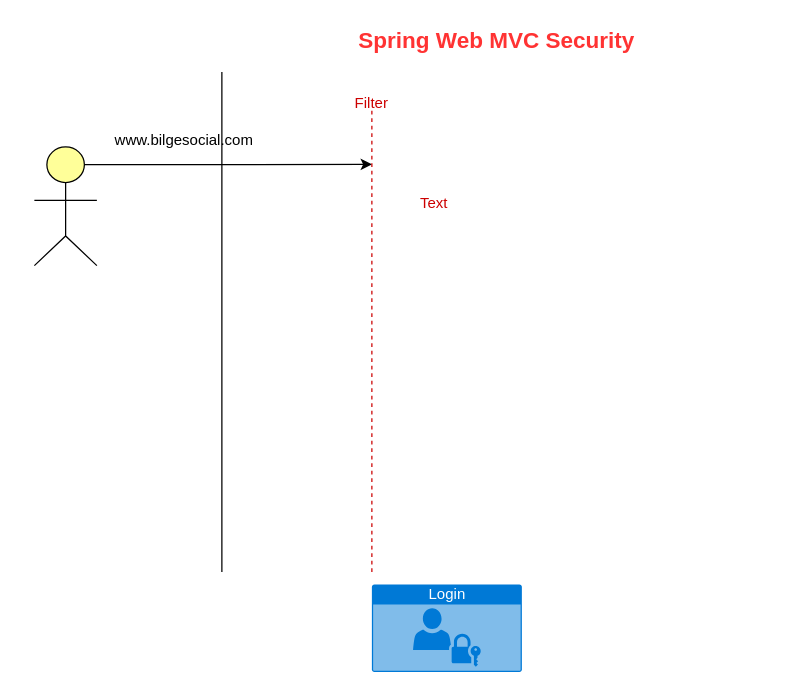
Before: SpringSecurityShema.drawio in muhammedali55/BilgeAdamSocialMedia, a draw.io diagram. Source tidied: cells renumbered, new cells numbered last; positions are measured from the earlier drawing's top-left corner, leaving out a move shared by most shapes. Both pictures are drawn from the tidied source at 125%, with x=0, y=0 at pixel (34, 21). Pictures stored in the file or linked from it are replaced by grey dashed boxes.
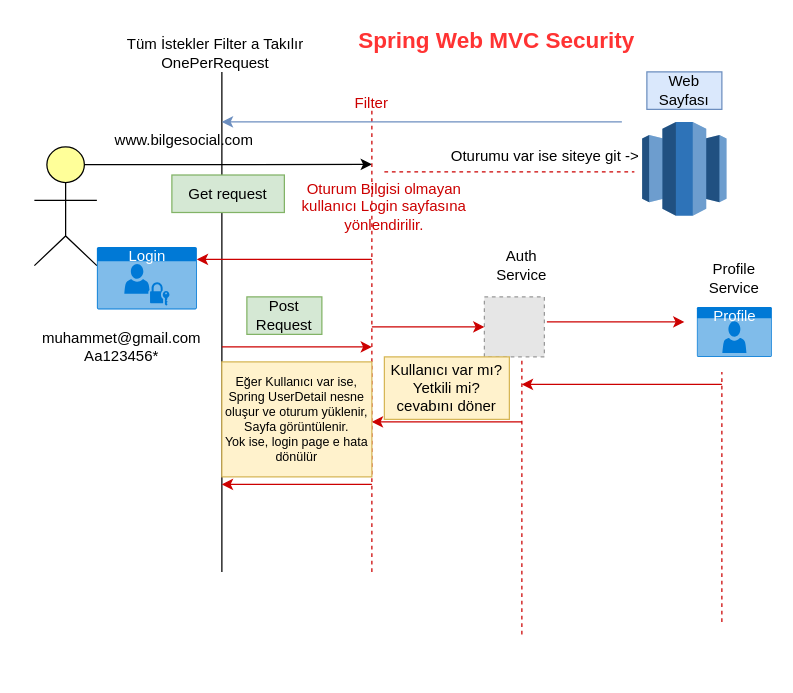
The same page after the edit.

Commit message (it also covers changes not shown here):
Security MVC aktif edildi.

Diff of the diagram source:
```diff
@@
     <mxCell id="3" value="Login" style="html=1;strokeColor=none;fillColor=#0079D6;labelPosition=center;verticalLabelPosition=middle;verticalAlign=top;align=center;fontSize=12;spacingTop=-6;fontColor=#FFFFFF;sketch=0;shape=mxgraph.sitemap.login;" parent="1" vertex="1">
-      <mxGeometry x="270" y="450" width="120" height="70" as="geometry" />
+      <mxGeometry x="50" y="180" width="80" height="50" as="geometry" />
     </mxCell>
@@
-    <mxCell id="11" value="Text" style="text;html=1;strokeColor=none;fillColor=none;align=center;verticalAlign=middle;whiteSpace=wrap;rounded=0;labelBorderColor=none;fontSize=12;fontColor=#CC0000;" parent="1" vertex="1">
-      <mxGeometry x="280" y="120" width="80" height="50" as="geometry" />
+    <mxCell id="11" value="Oturum Bilgisi olmayan kullanıcı Login sayfasına yönlendirilir." style="text;html=1;strokeColor=none;fillColor=none;align=center;verticalAlign=middle;whiteSpace=wrap;rounded=0;labelBorderColor=none;fontSize=12;fontColor=#CC0000;" parent="1" vertex="1">
+      <mxGeometry x="210" y="122.5" width="140" height="50" as="geometry" />
     </mxCell>
+    <mxCell id="12" style="dashed=0;verticalLabelPosition=bottom;verticalAlign=top;align=center;html=1;shape=mxgraph.aws3.redshift;fillColor=#2E73B8;gradientColor=none;labelBorderColor=none;fontSize=12;fontColor=#CC0000;" parent="1" vertex="1">
+      <mxGeometry x="486.2" y="80" width="67.5" height="75" as="geometry" />
+    </mxCell>
+    <mxCell id="13" value="Web Sayfası" style="text;html=1;strokeColor=#6c8ebf;fillColor=#dae8fc;align=center;verticalAlign=middle;whiteSpace=wrap;rounded=0;labelBorderColor=none;fontSize=12;" parent="1" vertex="1">
+      <mxGeometry x="490" y="40" width="60" height="30" as="geometry" />
+    </mxCell>
+    <mxCell id="14" style="endArrow=none;dashed=1;html=1;rounded=0;fontSize=12;fontColor=#CC0000;strokeColor=#CC0000;" parent="1" edge="1">
+      <mxGeometry relative="1" as="geometry">
+        <mxPoint x="280" y="120" as="sourcePoint" />
+        <mxPoint x="480" y="120" as="targetPoint" />
+      </mxGeometry>
+    </mxCell>
+    <mxCell id="15" value="Oturumu var ise siteye git -&amp;gt;" style="text;html=1;strokeColor=none;fillColor=none;align=right;verticalAlign=middle;whiteSpace=wrap;rounded=0;labelBorderColor=none;fontSize=12;fontColor=#000000;" parent="1" vertex="1">
+      <mxGeometry x="296.2" y="92.5" width="190" height="30" as="geometry" />
+    </mxCell>
+    <mxCell id="16" style="endArrow=classic;html=1;rounded=0;fontSize=12;fontColor=#000000;strokeColor=#6c8ebf;fillColor=#dae8fc;" parent="1" edge="1">
+      <mxGeometry relative="1" as="geometry">
+        <mxPoint x="470" y="80" as="sourcePoint" />
+        <mxPoint x="150" y="80" as="targetPoint" />
+      </mxGeometry>
+    </mxCell>
+    <mxCell id="17" style="endArrow=classic;html=1;rounded=0;fontSize=12;fontColor=#000000;strokeColor=#CC0000;" parent="1" edge="1">
+      <mxGeometry relative="1" as="geometry">
+        <mxPoint x="270" y="190" as="sourcePoint" />
+        <mxPoint x="130" y="190" as="targetPoint" />
+      </mxGeometry>
+    </mxCell>
+    <mxCell id="18" value="muhammet@gmail.com&lt;br&gt;Aa123456*" style="text;html=1;strokeColor=none;fillColor=none;align=center;verticalAlign=middle;whiteSpace=wrap;rounded=0;labelBorderColor=none;fontSize=12;fontColor=#000000;" parent="1" vertex="1">
+      <mxGeometry x="-10" y="240" width="160" height="40" as="geometry" />
+    </mxCell>
+    <mxCell id="19" style="endArrow=classic;html=1;rounded=0;fontSize=12;fontColor=#000000;strokeColor=#CC0000;exitX=1;exitY=0.5;exitDx=0;exitDy=0;" parent="1" edge="1" source="18">
+      <mxGeometry relative="1" as="geometry">
+        <mxPoint x="270" y="260" as="targetPoint" />
+      </mxGeometry>
+    </mxCell>
+    <mxCell id="20" value="Tüm İstekler Filter a Takılır&lt;br&gt;OnePerRequest" style="text;html=1;strokeColor=none;fillColor=none;align=center;verticalAlign=middle;whiteSpace=wrap;rounded=0;labelBorderColor=none;fontSize=12;fontColor=#000000;" parent="1" vertex="1">
+      <mxGeometry x="50" y="10" width="190" height="30" as="geometry" />
+    </mxCell>
+    <mxCell id="21" value="Post Request" style="text;html=1;strokeColor=#82b366;fillColor=#d5e8d4;align=center;verticalAlign=middle;whiteSpace=wrap;rounded=0;labelBorderColor=none;fontSize=12;" parent="1" vertex="1">
+      <mxGeometry x="170" y="220" width="60" height="30" as="geometry" />
+    </mxCell>
+    <mxCell id="22" value="Get request" style="text;html=1;strokeColor=#82b366;fillColor=#d5e8d4;align=center;verticalAlign=middle;whiteSpace=wrap;rounded=0;labelBorderColor=none;fontSize=12;" parent="1" vertex="1">
+      <mxGeometry x="110" y="122.5" width="90" height="30" as="geometry" />
+    </mxCell>
+    <mxCell id="23" style="fillColor=#E6E6E6;strokeColor=#999999;dashed=1;html=1;verticalAlign=top;verticalLabelPosition=bottom;labelBackgroundColor=#ffffff;fontSize=12;fontColor=#000000;" parent="1" vertex="1">
+      <mxGeometry x="360" y="220" width="48" height="48" as="geometry" />
+    </mxCell>
+    <mxCell id="24" style="endArrow=none;dashed=1;html=1;rounded=0;fontSize=12;fontColor=#000000;strokeColor=#CC0000;" parent="1" edge="1">
+      <mxGeometry relative="1" as="geometry">
+        <mxPoint x="390" y="490" as="sourcePoint" />
+        <mxPoint x="390" y="270" as="targetPoint" />
+      </mxGeometry>
+    </mxCell>
+    <mxCell id="25" value="Auth Service" style="text;html=1;strokeColor=none;fillColor=none;align=center;verticalAlign=middle;whiteSpace=wrap;rounded=0;labelBorderColor=none;fontSize=12;fontColor=#000000;" parent="1" vertex="1">
+      <mxGeometry x="360" y="180" width="60" height="30" as="geometry" />
+    </mxCell>
+    <mxCell id="26" style="endArrow=classic;html=1;rounded=0;fontSize=12;fontColor=#000000;strokeColor=#CC0000;entryX=0;entryY=0.5;entryDx=0;entryDy=0;" parent="1" edge="1" target="23">
+      <mxGeometry relative="1" as="geometry">
+        <mxPoint x="270" y="244" as="sourcePoint" />
+      </mxGeometry>
+    </mxCell>
+    <mxCell id="27" value="Profile" style="html=1;strokeColor=none;fillColor=#0079D6;labelPosition=center;verticalLabelPosition=middle;verticalAlign=top;align=center;fontSize=12;spacingTop=-6;fontColor=#FFFFFF;sketch=0;shape=mxgraph.sitemap.profile;labelBorderColor=none;" parent="1" vertex="1">
+      <mxGeometry x="530" y="228" width="60" height="40" as="geometry" />
+    </mxCell>
+    <mxCell id="28" value="Profile Service" style="text;html=1;strokeColor=none;fillColor=none;align=center;verticalAlign=middle;whiteSpace=wrap;rounded=0;labelBorderColor=none;fontSize=12;fontColor=#000000;" parent="1" vertex="1">
+      <mxGeometry x="530" y="190" width="60" height="30" as="geometry" />
+    </mxCell>
+    <mxCell id="29" style="endArrow=classic;html=1;rounded=0;fontSize=12;fontColor=#000000;strokeColor=#CC0000;" parent="1" edge="1">
+      <mxGeometry relative="1" as="geometry">
+        <mxPoint x="410" y="240" as="sourcePoint" />
+        <mxPoint x="520" y="240" as="targetPoint" />
+      </mxGeometry>
+    </mxCell>
+    <mxCell id="30" style="endArrow=none;dashed=1;html=1;rounded=0;fontSize=12;fontColor=#000000;strokeColor=#CC0000;" parent="1" edge="1">
+      <mxGeometry relative="1" as="geometry">
+        <mxPoint x="550" y="480" as="sourcePoint" />
+        <mxPoint x="550" y="280" as="targetPoint" />
+      </mxGeometry>
+    </mxCell>
+    <mxCell id="31" style="endArrow=classic;html=1;rounded=0;fontSize=12;fontColor=#000000;strokeColor=#CC0000;" parent="1" edge="1">
+      <mxGeometry relative="1" as="geometry">
+        <mxPoint x="550" y="290" as="sourcePoint" />
+        <mxPoint x="390" y="290" as="targetPoint" />
+      </mxGeometry>
+    </mxCell>
+    <mxCell id="32" style="endArrow=classic;html=1;rounded=0;fontSize=12;fontColor=#000000;strokeColor=#CC0000;" parent="1" edge="1">
+      <mxGeometry relative="1" as="geometry">
+        <mxPoint x="390" y="320" as="sourcePoint" />
+        <mxPoint x="270" y="320" as="targetPoint" />
+      </mxGeometry>
+    </mxCell>
+    <mxCell id="33" value="Kullanıcı var mı? Yetkili mi? cevabını döner" style="text;html=1;strokeColor=#d6b656;fillColor=#fff2cc;align=center;verticalAlign=middle;whiteSpace=wrap;rounded=0;labelBorderColor=none;fontSize=12;" parent="1" vertex="1">
+      <mxGeometry x="280" y="268" width="100" height="50" as="geometry" />
+    </mxCell>
+    <mxCell id="34" style="endArrow=classic;html=1;rounded=0;fontSize=12;fontColor=#000000;strokeColor=#CC0000;" parent="1" edge="1">
+      <mxGeometry relative="1" as="geometry">
+        <mxPoint x="270" y="370" as="sourcePoint" />
+        <mxPoint x="150" y="370" as="targetPoint" />
+      </mxGeometry>
+    </mxCell>
+    <mxCell id="35" value="Eğer Kullanıcı var ise, Spring UserDetail nesne oluşur ve oturum yüklenir, Sayfa görüntülenir.&lt;br style=&quot;font-size: 10px&quot;&gt;Yok ise, login page e hata dönülür" style="text;html=1;strokeColor=#d6b656;fillColor=#fff2cc;align=center;verticalAlign=middle;whiteSpace=wrap;rounded=0;labelBorderColor=none;fontSize=10;" parent="1" vertex="1">
+      <mxGeometry x="150" y="272" width="120" height="92" as="geometry" />
+    </mxCell>
```
